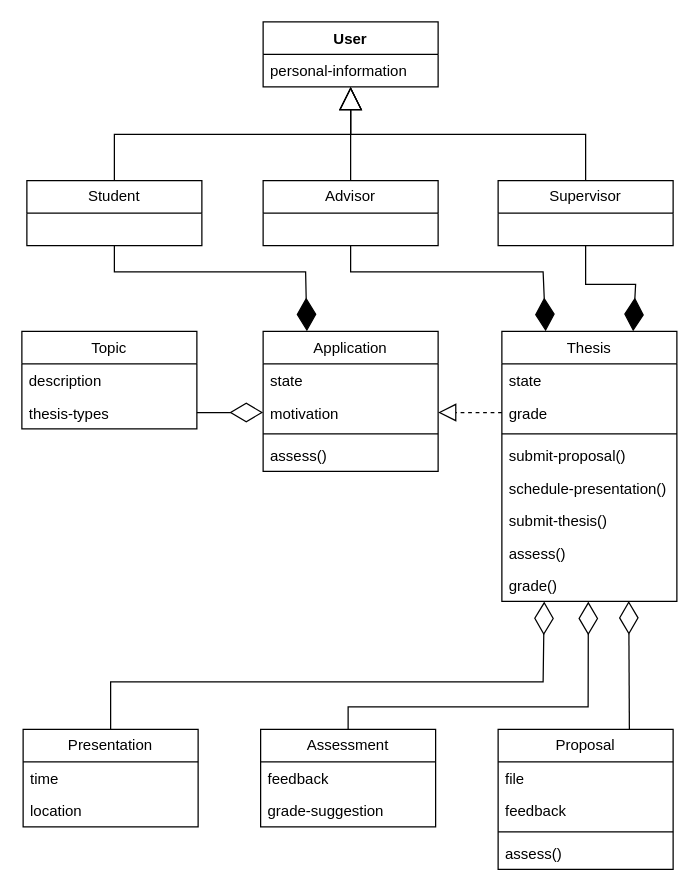
Earlier version of the draw.io diagram analysis-object-modal.drawio (fabian-emilius/bachelor-thesis-charts). Source tidied: cells renumbered, new cells numbered last; positions are measured from the earlier drawing's top-left corner, leaving out a move shared by most shapes. Both pictures are drawn from the tidied source at 125%, with x=0, y=0 at pixel (21, 21).
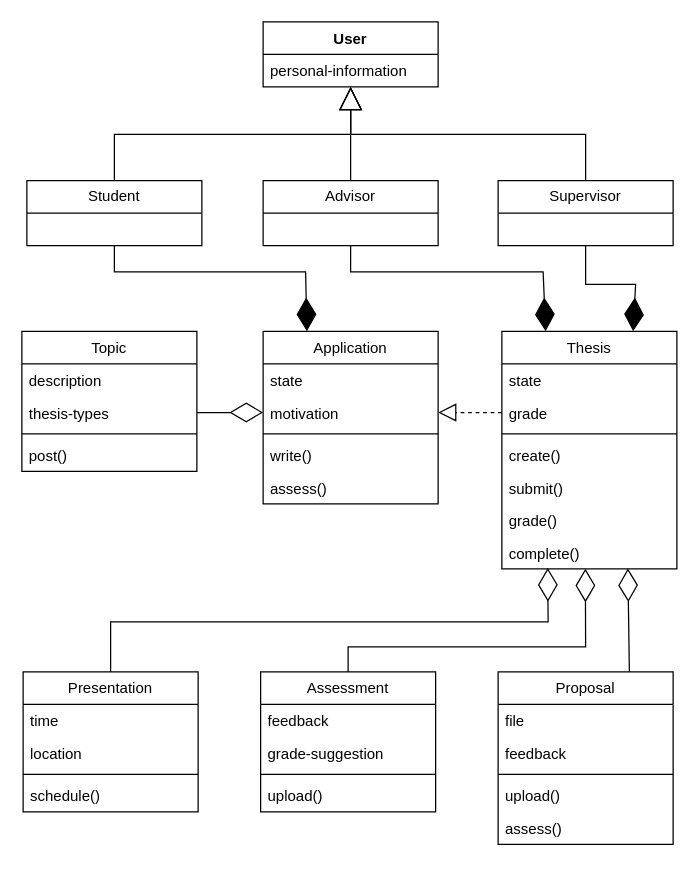
After the change.

Diff of the diagram source:
```diff
@@
-    <mxCell id="2" style="endArrow=diamondThin;endFill=0;endSize=24;html=1;rounded=0;entryX=0.242;entryY=1.01;entryDx=0;entryDy=0;exitX=0.5;exitY=0;exitDx=0;exitDy=0;entryPerimeter=0;" parent="1" edge="1" source="29" target="28">
+    <mxCell id="2" style="endArrow=diamondThin;endFill=0;endSize=24;html=1;rounded=0;entryX=0.262;entryY=0.977;entryDx=0;entryDy=0;exitX=0.5;exitY=0;exitDx=0;exitDy=0;entryPerimeter=0;" parent="1" edge="1" source="29" target="50">
       <mxGeometry relative="1" as="geometry">
         <Array as="points">
-          <mxPoint x="71" y="528" />
-          <mxPoint x="417" y="528" />
+          <mxPoint x="71" y="480" />
+          <mxPoint x="421" y="480" />
         </Array>
       </mxGeometry>
     </mxCell>
-    <mxCell id="3" style="endArrow=diamondThin;endFill=0;endSize=24;html=1;rounded=0;exitX=0.75;exitY=0;exitDx=0;exitDy=0;entryX=0.725;entryY=0.993;entryDx=0;entryDy=0;entryPerimeter=0;" parent="1" edge="1" source="35" target="28">
+    <mxCell id="3" style="endArrow=diamondThin;endFill=0;endSize=24;html=1;rounded=0;exitX=0.75;exitY=0;exitDx=0;exitDy=0;entryX=0.72;entryY=0.989;entryDx=0;entryDy=0;entryPerimeter=0;" parent="1" edge="1" source="35" target="50">
       <mxGeometry relative="1" as="geometry" />
     </mxCell>
-    <mxCell id="4" style="endArrow=diamondThin;endFill=0;endSize=24;html=1;rounded=0;entryX=0.494;entryY=1.01;entryDx=0;entryDy=0;exitX=0.5;exitY=0;exitDx=0;exitDy=0;entryPerimeter=0;" parent="1" edge="1" source="32" target="28">
+    <mxCell id="4" style="endArrow=diamondThin;endFill=0;endSize=24;html=1;rounded=0;exitX=0.5;exitY=0;exitDx=0;exitDy=0;entryX=0.477;entryY=0.998;entryDx=0;entryDy=0;entryPerimeter=0;" parent="1" edge="1" source="32" target="50">
       <mxGeometry relative="1" as="geometry">
         <Array as="points">
-          <mxPoint x="261" y="548" />
-          <mxPoint x="453" y="548" />
+          <mxPoint x="261" y="500" />
+          <mxPoint x="451" y="500" />
         </Array>
       </mxGeometry>
     </mxCell>
@@
     <mxCell id="12" value="Topic" style="swimlane;fontStyle=0;horizontal=1;startSize=26;fillColor=none;whiteSpace=wrap;html=1;" parent="1" vertex="1">
-      <mxGeometry y="247.5" width="140" height="78" as="geometry" />
+      <mxGeometry y="247.5" width="140" height="112" as="geometry" />
     </mxCell>
@@
+    <mxCell id="46" style="line;strokeWidth=1;fillColor=none;align=left;verticalAlign=middle;spacingTop=-1;spacingLeft=3;spacingRight=3;labelPosition=right;strokeColor=inherit;" parent="12" vertex="1">
+      <mxGeometry y="78" width="140" height="8" as="geometry" />
+    </mxCell>
+    <mxCell id="47" value="post()" style="text;strokeColor=none;fillColor=none;align=left;verticalAlign=top;spacingLeft=4;spacingRight=4;overflow=hidden;whiteSpace=wrap;html=1;" parent="12" vertex="1">
+      <mxGeometry y="86" width="140" height="26" as="geometry" />
+    </mxCell>
     <mxCell id="15" value="Application" style="swimlane;fontStyle=0;horizontal=1;startSize=26;fillColor=none;whiteSpace=wrap;html=1;" parent="1" vertex="1">
-      <mxGeometry x="193" y="247.5" width="140" height="112" as="geometry" />
+      <mxGeometry x="193" y="247.5" width="140" height="138" as="geometry" />
     </mxCell>
@@
+    <mxCell id="48" value="write()" style="text;strokeColor=none;fillColor=none;align=left;verticalAlign=top;spacingLeft=4;spacingRight=4;overflow=hidden;whiteSpace=wrap;html=1;" parent="15" vertex="1">
+      <mxGeometry y="86" width="140" height="26" as="geometry" />
+    </mxCell>
     <mxCell id="19" value="assess()" style="text;strokeColor=none;fillColor=none;align=left;verticalAlign=top;spacingLeft=4;spacingRight=4;overflow=hidden;whiteSpace=wrap;html=1;" parent="15" vertex="1">
-      <mxGeometry y="86" width="140" height="26" as="geometry" />
+      <mxGeometry y="112" width="140" height="26" as="geometry" />
     </mxCell>
     <mxCell id="20" value="Thesis" style="swimlane;fontStyle=0;horizontal=1;startSize=26;fillColor=none;whiteSpace=wrap;html=1;" parent="1" vertex="1">
-      <mxGeometry x="384" y="247.5" width="140" height="216" as="geometry" />
+      <mxGeometry x="384" y="247.5" width="140" height="190" as="geometry" />
     </mxCell>
@@
-    <mxCell id="24" value="submit-proposal()" style="text;strokeColor=none;fillColor=none;align=left;verticalAlign=top;spacingLeft=4;spacingRight=4;overflow=hidden;whiteSpace=wrap;html=1;" parent="20" vertex="1">
-      <mxGeometry y="86" width="140" height="26" as="geometry" />
-    </mxCell>
-    <mxCell id="25" value="schedule-presentation()" style="text;strokeColor=none;fillColor=none;align=left;verticalAlign=top;spacingLeft=4;spacingRight=4;overflow=hidden;whiteSpace=wrap;html=1;" parent="20" vertex="1">
-      <mxGeometry y="112" width="140" height="26" as="geometry" />
-    </mxCell>
+    <mxCell id="49" value="create()" style="text;strokeColor=none;fillColor=none;align=left;verticalAlign=top;spacingLeft=4;spacingRight=4;overflow=hidden;whiteSpace=wrap;html=1;" parent="20" vertex="1">
+      <mxGeometry y="86" width="140" height="26" as="geometry" />
+    </mxCell>
-    <mxCell id="26" value="submit-thesis()" style="text;strokeColor=none;fillColor=none;align=left;verticalAlign=top;spacingLeft=4;spacingRight=4;overflow=hidden;whiteSpace=wrap;html=1;" parent="20" vertex="1">
-      <mxGeometry y="138" width="140" height="26" as="geometry" />
+    <mxCell id="26" value="submit()" style="text;strokeColor=none;fillColor=none;align=left;verticalAlign=top;spacingLeft=4;spacingRight=4;overflow=hidden;whiteSpace=wrap;html=1;" parent="20" vertex="1">
+      <mxGeometry y="112" width="140" height="26" as="geometry" />
     </mxCell>
-    <mxCell id="27" value="assess()" style="text;strokeColor=none;fillColor=none;align=left;verticalAlign=top;spacingLeft=4;spacingRight=4;overflow=hidden;whiteSpace=wrap;html=1;" parent="20" vertex="1">
-      <mxGeometry y="164" width="140" height="26" as="geometry" />
-    </mxCell>
     <mxCell id="28" value="grade()" style="text;strokeColor=none;fillColor=none;align=left;verticalAlign=top;spacingLeft=4;spacingRight=4;overflow=hidden;points=[[0,0.5],[1,0.5]];portConstraint=eastwest;whiteSpace=wrap;html=1;" parent="20" vertex="1">
-      <mxGeometry y="190" width="140" height="26" as="geometry" />
+      <mxGeometry y="138" width="140" height="26" as="geometry" />
     </mxCell>
+    <mxCell id="50" value="complete()" style="text;strokeColor=none;fillColor=none;align=left;verticalAlign=top;spacingLeft=4;spacingRight=4;overflow=hidden;points=[[0,0.5],[1,0.5]];portConstraint=eastwest;whiteSpace=wrap;html=1;" parent="20" vertex="1">
+      <mxGeometry y="164" width="140" height="26" as="geometry" />
+    </mxCell>
     <mxCell id="29" value="Presentation" style="swimlane;fontStyle=0;horizontal=1;startSize=26;fillColor=none;whiteSpace=wrap;html=1;" parent="1" vertex="1">
-      <mxGeometry x="1" y="566" width="140" height="78" as="geometry" />
+      <mxGeometry x="1" y="520" width="140" height="112" as="geometry" />
     </mxCell>
@@
+    <mxCell id="51" style="line;strokeWidth=1;fillColor=none;align=left;verticalAlign=middle;spacingTop=-1;spacingLeft=3;spacingRight=3;labelPosition=right;strokeColor=inherit;" parent="29" vertex="1">
+      <mxGeometry y="78" width="140" height="8" as="geometry" />
+    </mxCell>
+    <mxCell id="52" value="schedule()" style="text;strokeColor=none;fillColor=none;align=left;verticalAlign=top;spacingLeft=4;spacingRight=4;overflow=hidden;whiteSpace=wrap;html=1;" parent="29" vertex="1">
+      <mxGeometry y="86" width="140" height="26" as="geometry" />
+    </mxCell>
     <mxCell id="32" value="Assessment" style="swimlane;fontStyle=0;horizontal=1;startSize=26;fillColor=none;whiteSpace=wrap;html=1;" parent="1" vertex="1">
-      <mxGeometry x="191" y="566" width="140" height="78" as="geometry" />
+      <mxGeometry x="191" y="520" width="140" height="112" as="geometry" />
     </mxCell>
@@
+    <mxCell id="53" style="line;strokeWidth=1;fillColor=none;align=left;verticalAlign=middle;spacingTop=-1;spacingLeft=3;spacingRight=3;labelPosition=right;strokeColor=inherit;" parent="32" vertex="1">
+      <mxGeometry y="78" width="140" height="8" as="geometry" />
+    </mxCell>
+    <mxCell id="54" value="upload()" style="text;strokeColor=none;fillColor=none;align=left;verticalAlign=top;spacingLeft=4;spacingRight=4;overflow=hidden;whiteSpace=wrap;html=1;" parent="32" vertex="1">
+      <mxGeometry y="86" width="140" height="26" as="geometry" />
+    </mxCell>
     <mxCell id="35" value="Proposal" style="swimlane;fontStyle=0;horizontal=1;startSize=26;fillColor=none;whiteSpace=wrap;html=1;" parent="1" vertex="1">
-      <mxGeometry x="381" y="566" width="140" height="112" as="geometry" />
+      <mxGeometry x="381" y="520" width="140" height="138" as="geometry" />
     </mxCell>
@@
+    <mxCell id="55" value="upload()" style="text;strokeColor=none;fillColor=none;align=left;verticalAlign=top;spacingLeft=4;spacingRight=4;overflow=hidden;whiteSpace=wrap;html=1;" parent="35" vertex="1">
+      <mxGeometry y="86" width="140" height="26" as="geometry" />
+    </mxCell>
     <mxCell id="39" value="assess()" style="text;strokeColor=none;fillColor=none;align=left;verticalAlign=top;spacingLeft=4;spacingRight=4;overflow=hidden;whiteSpace=wrap;html=1;" parent="35" vertex="1">
-      <mxGeometry y="86" width="140" height="26" as="geometry" />
+      <mxGeometry y="112" width="140" height="26" as="geometry" />
     </mxCell>
```
